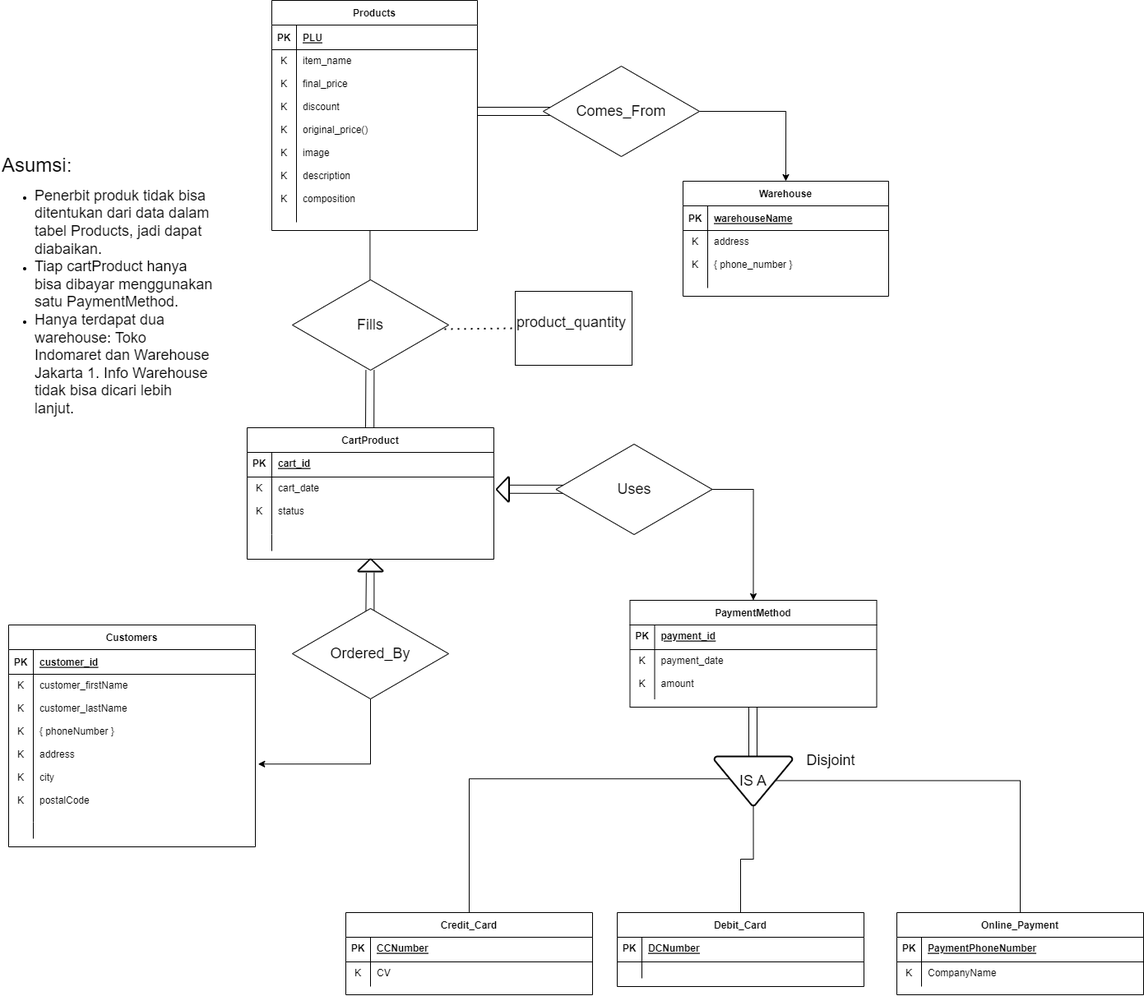
Earlier version of the draw.io export Data Storing/design/ERD indomaret.drawio.png (wargabasdat/Seleksi-2023-Tugas-1). Source tidied: cells renumbered, new cells last; positions are measured from the earlier drawing's top-left corner, leaving out a move shared by most shapes.
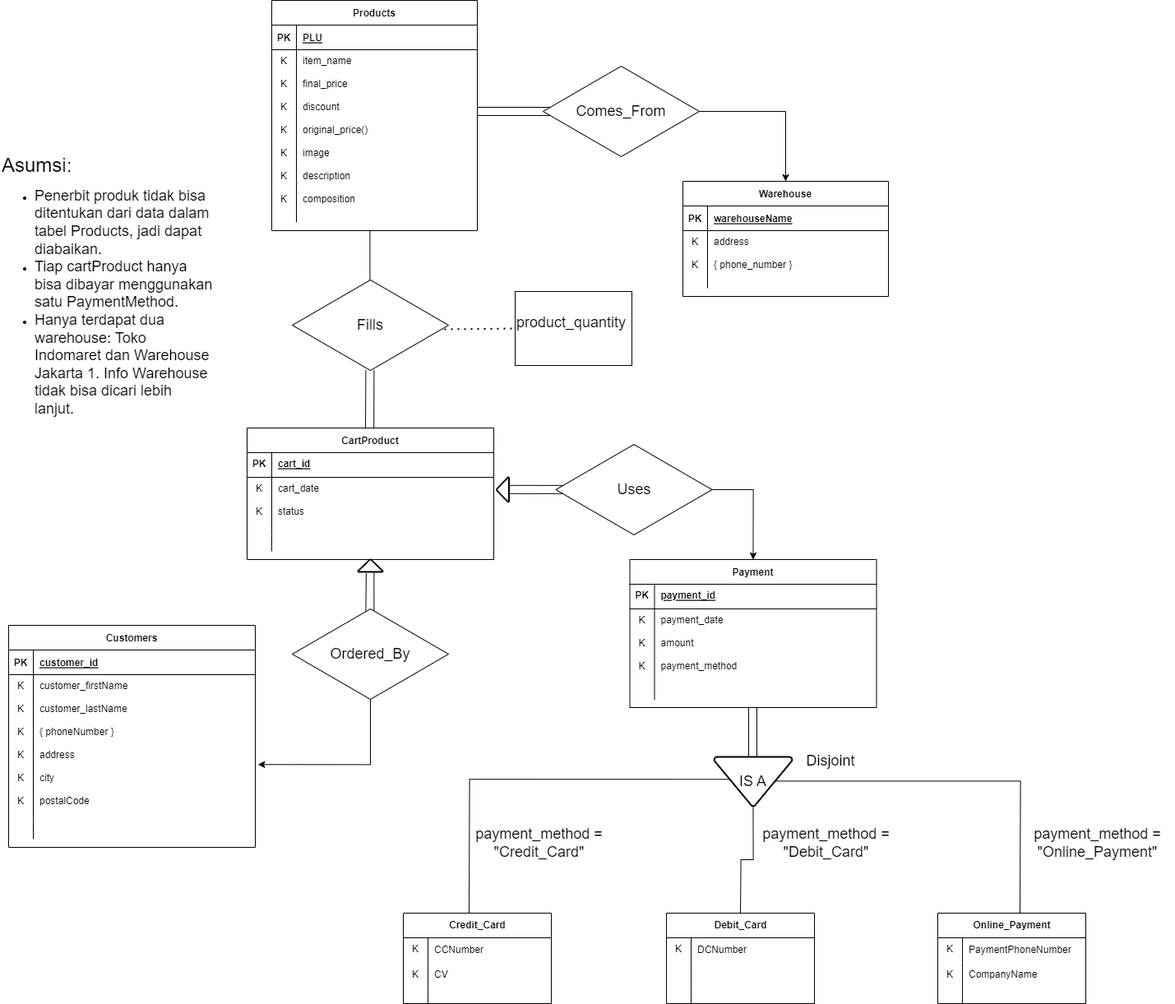
Above is the later version.

The edit, as a diff of the source:
```diff
@@ -104,8 +104,8 @@
     <mxCell id="35" value="address&#10;&#10;{ phone_number }&#10;&#10;" style="shape=partialRectangle;overflow=hidden;fillColor=none;top=0;left=0;bottom=0;right=0;align=left;spacingLeft=6;verticalAlign=top;" parent="33" vertex="1">
       <mxGeometry x="30" width="220" height="70" as="geometry" />
     </mxCell>
-    <mxCell id="36" value="PaymentMethod" style="shape=table;startSize=30;rowLines=0;fontStyle=1;align=center;" parent="1" vertex="1">
-      <mxGeometry x="765.5" y="730" width="300" height="130" as="geometry" />
+    <mxCell id="36" value="Payment" style="shape=table;startSize=30;rowLines=0;fontStyle=1;align=center;" parent="1" vertex="1">
+      <mxGeometry x="765.5" y="680" width="300" height="180" as="geometry" />
     </mxCell>
     <mxCell id="37" style="shape=partialRectangle;fillColor=none;top=0;left=0;right=0;bottom=1;" parent="36" vertex="1">
       <mxGeometry y="30" width="300" height="30" as="geometry" />
@@ -117,77 +117,14 @@
       <mxGeometry x="30" width="270" height="30" as="geometry" />
     </mxCell>
     <mxCell id="40" style="shape=partialRectangle;fillColor=none;top=0;left=0;right=0;bottom=0;" parent="36" vertex="1">
-      <mxGeometry y="60" width="300" height="60" as="geometry" />
+      <mxGeometry y="60" width="300" height="110" as="geometry" />
     </mxCell>
-    <mxCell id="41" value="K&#10;&#10;K&#10;" style="shape=partialRectangle;overflow=hidden;fillColor=none;top=0;left=0;bottom=0;right=0;verticalAlign=top;" parent="40" vertex="1">
-      <mxGeometry width="30" height="60" as="geometry" />
+    <mxCell id="41" value="K&#10;&#10;K&#10;&#10;K&#10;" style="shape=partialRectangle;overflow=hidden;fillColor=none;top=0;left=0;bottom=0;right=0;verticalAlign=top;" parent="40" vertex="1">
+      <mxGeometry width="30" height="110" as="geometry" />
     </mxCell>
-    <mxCell id="42" value="payment_date&#10;&#10;amount&#10;&#10;" style="shape=partialRectangle;overflow=hidden;fillColor=none;top=0;left=0;bottom=0;right=0;align=left;spacingLeft=6;verticalAlign=top;" parent="40" vertex="1">
-      <mxGeometry x="30" width="270" height="60" as="geometry" />
+    <mxCell id="42" value="payment_date&#10;&#10;amount&#10;&#10;payment_method&#10;&#10;" style="shape=partialRectangle;overflow=hidden;fillColor=none;top=0;left=0;bottom=0;right=0;align=left;spacingLeft=6;verticalAlign=top;" parent="40" vertex="1">
+      <mxGeometry x="30" width="270" height="110" as="geometry" />
     </mxCell>
-    <mxCell id="43" value="Credit_Card" style="shape=table;startSize=30;rowLines=0;fontStyle=1;align=center;" parent="1" vertex="1">
-      <mxGeometry x="420" y="1110" width="300" height="100" as="geometry" />
-    </mxCell>
-    <mxCell id="44" style="shape=partialRectangle;fillColor=none;top=0;left=0;right=0;bottom=1;" parent="43" vertex="1">
-      <mxGeometry y="30" width="300" height="30" as="geometry" />
-    </mxCell>
-    <mxCell id="45" value="PK" style="shape=partialRectangle;overflow=hidden;fillColor=none;top=0;left=0;bottom=0;right=0;fontStyle=1;verticalAlign=top;" parent="44" vertex="1">
-      <mxGeometry width="30" height="30" as="geometry" />
-    </mxCell>
-    <mxCell id="46" value="CCNumber" style="shape=partialRectangle;overflow=hidden;fillColor=none;top=0;left=0;bottom=0;right=0;align=left;spacingLeft=6;fontStyle=5;verticalAlign=top;" parent="44" vertex="1">
-      <mxGeometry x="30" width="270" height="30" as="geometry" />
-    </mxCell>
-    <mxCell id="47" style="shape=partialRectangle;fillColor=none;top=0;left=0;right=0;bottom=0;" parent="43" vertex="1">
-      <mxGeometry y="60" width="300" height="30" as="geometry" />
-    </mxCell>
-    <mxCell id="48" value="K&#10;&#10;&#10;" style="shape=partialRectangle;overflow=hidden;fillColor=none;top=0;left=0;bottom=0;right=0;verticalAlign=top;" parent="47" vertex="1">
-      <mxGeometry width="30" height="30" as="geometry" />
-    </mxCell>
-    <mxCell id="49" value="CV&#10;&#10;&#10;" style="shape=partialRectangle;overflow=hidden;fillColor=none;top=0;left=0;bottom=0;right=0;align=left;spacingLeft=6;verticalAlign=top;" parent="47" vertex="1">
-      <mxGeometry x="30" width="270" height="30" as="geometry" />
-    </mxCell>
-    <mxCell id="50" value="Debit_Card" style="shape=table;startSize=30;rowLines=0;fontStyle=1;align=center;" parent="1" vertex="1">
-      <mxGeometry x="750" y="1110" width="300" height="90" as="geometry" />
-    </mxCell>
-    <mxCell id="51" style="shape=partialRectangle;fillColor=none;top=0;left=0;right=0;bottom=1;" parent="50" vertex="1">
-      <mxGeometry y="30" width="300" height="30" as="geometry" />
-    </mxCell>
-    <mxCell id="52" value="PK" style="shape=partialRectangle;overflow=hidden;fillColor=none;top=0;left=0;bottom=0;right=0;fontStyle=1;verticalAlign=top;" parent="51" vertex="1">
-      <mxGeometry width="30" height="30" as="geometry" />
-    </mxCell>
-    <mxCell id="53" value="DCNumber" style="shape=partialRectangle;overflow=hidden;fillColor=none;top=0;left=0;bottom=0;right=0;align=left;spacingLeft=6;fontStyle=5;verticalAlign=top;" parent="51" vertex="1">
-      <mxGeometry x="30" width="270" height="30" as="geometry" />
-    </mxCell>
-    <mxCell id="54" style="shape=partialRectangle;fillColor=none;top=0;left=0;right=0;bottom=0;" parent="50" vertex="1">
-      <mxGeometry y="60" width="300" height="20" as="geometry" />
-    </mxCell>
-    <mxCell id="55" style="shape=partialRectangle;overflow=hidden;fillColor=none;top=0;left=0;bottom=0;right=0;verticalAlign=top;" parent="54" vertex="1">
-      <mxGeometry width="30" height="20" as="geometry" />
-    </mxCell>
-    <mxCell id="56" value="&#10;&#10;" style="shape=partialRectangle;overflow=hidden;fillColor=none;top=0;left=0;bottom=0;right=0;align=left;spacingLeft=6;verticalAlign=top;" parent="54" vertex="1">
-      <mxGeometry x="30" width="270" height="20" as="geometry" />
-    </mxCell>
-    <mxCell id="57" value="Online_Payment" style="shape=table;startSize=30;rowLines=0;fontStyle=1;align=center;" parent="1" vertex="1">
-      <mxGeometry x="1090" y="1110" width="300" height="100" as="geometry" />
-    </mxCell>
-    <mxCell id="58" style="shape=partialRectangle;fillColor=none;top=0;left=0;right=0;bottom=1;" parent="57" vertex="1">
-      <mxGeometry y="30" width="300" height="30" as="geometry" />
-    </mxCell>
-    <mxCell id="59" value="PK" style="shape=partialRectangle;overflow=hidden;fillColor=none;top=0;left=0;bottom=0;right=0;fontStyle=1;verticalAlign=top;" parent="58" vertex="1">
-      <mxGeometry width="30" height="30" as="geometry" />
-    </mxCell>
-    <mxCell id="60" value="PaymentPhoneNumber" style="shape=partialRectangle;overflow=hidden;fillColor=none;top=0;left=0;bottom=0;right=0;align=left;spacingLeft=6;fontStyle=5;verticalAlign=top;" parent="58" vertex="1">
-      <mxGeometry x="30" width="270" height="30" as="geometry" />
-    </mxCell>
-    <mxCell id="61" style="shape=partialRectangle;fillColor=none;top=0;left=0;right=0;bottom=0;" parent="57" vertex="1">
-      <mxGeometry y="60" width="300" height="30" as="geometry" />
-    </mxCell>
-    <mxCell id="62" value="K&#10;&#10;&#10;" style="shape=partialRectangle;overflow=hidden;fillColor=none;top=0;left=0;bottom=0;right=0;verticalAlign=top;" parent="61" vertex="1">
-      <mxGeometry width="30" height="30" as="geometry" />
-    </mxCell>
-    <mxCell id="63" value="CompanyName&#10;&#10;&#10;" style="shape=partialRectangle;overflow=hidden;fillColor=none;top=0;left=0;bottom=0;right=0;align=left;spacingLeft=6;verticalAlign=top;" parent="61" vertex="1">
-      <mxGeometry x="30" width="270" height="30" as="geometry" />
-    </mxCell>
     <mxCell id="64" value="&lt;div style=&quot;&quot;&gt;&lt;span style=&quot;background-color: initial;&quot;&gt;&lt;font style=&quot;font-size: 24px;&quot;&gt;Asumsi:&lt;/font&gt;&lt;/span&gt;&lt;/div&gt;&lt;div style=&quot;&quot;&gt;&lt;ul&gt;&lt;li&gt;&lt;span style=&quot;font-size: 18px; background-color: initial;&quot;&gt;Penerbit produk tidak bisa ditentukan dari data dalam tabel Products, jadi dapat diabaikan.&lt;/span&gt;&lt;/li&gt;&lt;li&gt;&lt;span style=&quot;font-size: 18px;&quot;&gt;Tiap cartProduct hanya bisa dibayar menggunakan satu PaymentMethod.&lt;/span&gt;&lt;/li&gt;&lt;li&gt;&lt;span style=&quot;font-size: 18px;&quot;&gt;Hanya terdapat dua warehouse: Toko Indomaret dan Warehouse Jakarta 1. Info Warehouse tidak bisa dicari lebih lanjut.&lt;/span&gt;&lt;/li&gt;&lt;/ul&gt;&lt;/div&gt;&lt;div style=&quot;&quot;&gt;&lt;span style=&quot;background-color: initial;&quot;&gt;&lt;font style=&quot;font-size: 24px;&quot;&gt;&lt;br&gt;&lt;/font&gt;&lt;/span&gt;&lt;/div&gt;" style="text;strokeColor=none;align=left;fillColor=none;html=1;verticalAlign=top;whiteSpace=wrap;rounded=0;" parent="1" vertex="1">
       <mxGeometry y="180" width="260" height="210" as="geometry" />
     </mxCell>
@@ -203,14 +140,20 @@
         <mxPoint x="920" y="860" as="targetPoint" />
       </mxGeometry>
     </mxCell>
-    <mxCell id="67" style="edgeStyle=orthogonalEdgeStyle;rounded=0;jettySize=auto;html=1;exitX=0.261;exitY=0.454;exitDx=0;exitDy=0;exitPerimeter=0;entryX=0.5;entryY=0;entryDx=0;entryDy=0;endArrow=none;endFill=0;" parent="1" edge="1" source="70" target="43">
-      <mxGeometry relative="1" as="geometry" />
+    <mxCell id="67" style="edgeStyle=orthogonalEdgeStyle;rounded=0;jettySize=auto;html=1;exitX=0.261;exitY=0.454;exitDx=0;exitDy=0;exitPerimeter=0;entryX=0.5;entryY=0;entryDx=0;entryDy=0;endArrow=none;endFill=0;" parent="1" edge="1" source="70">
+      <mxGeometry relative="1" as="geometry">
+        <mxPoint x="570" y="1110" as="targetPoint" />
+      </mxGeometry>
     </mxCell>
-    <mxCell id="68" style="edgeStyle=orthogonalEdgeStyle;rounded=0;jettySize=auto;html=1;exitX=0.738;exitY=0.49;exitDx=0;exitDy=0;exitPerimeter=0;entryX=0.5;entryY=0;entryDx=0;entryDy=0;endArrow=none;endFill=0;" parent="1" edge="1" source="70" target="57">
-      <mxGeometry relative="1" as="geometry" />
+    <mxCell id="68" style="edgeStyle=orthogonalEdgeStyle;rounded=0;jettySize=auto;html=1;exitX=0.738;exitY=0.49;exitDx=0;exitDy=0;exitPerimeter=0;entryX=0.5;entryY=0;entryDx=0;entryDy=0;endArrow=none;endFill=0;" parent="1" edge="1" source="70">
+      <mxGeometry relative="1" as="geometry">
+        <mxPoint x="1240" y="1110" as="targetPoint" />
+      </mxGeometry>
     </mxCell>
-    <mxCell id="69" style="edgeStyle=orthogonalEdgeStyle;rounded=0;jettySize=auto;html=1;exitX=0.5;exitY=1;exitDx=0;exitDy=0;exitPerimeter=0;endArrow=none;endFill=0;entryX=0.5;entryY=0;entryDx=0;entryDy=0;" parent="1" edge="1" source="70" target="50">
-      <mxGeometry relative="1" as="geometry" />
+    <mxCell id="69" style="edgeStyle=orthogonalEdgeStyle;rounded=0;jettySize=auto;html=1;exitX=0.5;exitY=1;exitDx=0;exitDy=0;exitPerimeter=0;endArrow=none;endFill=0;entryX=0.5;entryY=0;entryDx=0;entryDy=0;" parent="1" edge="1" source="70">
+      <mxGeometry relative="1" as="geometry">
+        <mxPoint x="900" y="1110" as="targetPoint" />
+      </mxGeometry>
     </mxCell>
     <mxCell id="70" value="&lt;font style=&quot;font-size: 18px;&quot;&gt;IS A&lt;/font&gt;" style="strokeWidth=2;html=1;shape=mxgraph.flowchart.merge_or_storage;whiteSpace=wrap;" parent="1" vertex="1">
       <mxGeometry x="868" y="920" width="95" height="60" as="geometry" />
@@ -301,5 +244,104 @@
     <mxCell id="91" value="&lt;font style=&quot;font-size: 18px;&quot;&gt;Comes_From&lt;/font&gt;" style="shape=rhombus;perimeter=rhombusPerimeter;whiteSpace=wrap;html=1;align=center;" parent="1" vertex="1">
       <mxGeometry x="660" y="80" width="190" height="110" as="geometry" />
     </mxCell>
+    <mxCell id="92" value="&lt;font style=&quot;font-size: 18px;&quot;&gt;payment_method = &quot;Credit_Card&quot;&lt;/font&gt;" style="text;html=1;strokeColor=none;fillColor=none;align=center;verticalAlign=middle;whiteSpace=wrap;rounded=0;" parent="1" vertex="1">
+      <mxGeometry x="561" y="1010" width="189" height="30" as="geometry" />
+    </mxCell>
+    <mxCell id="43" value="Credit_Card" style="shape=table;startSize=30;rowLines=0;fontStyle=1;align=center;html=1;" parent="1" vertex="1">
+      <mxGeometry x="490" y="1110" width="180" height="110" as="geometry" />
+    </mxCell>
+    <mxCell id="93" style="shape=tableRow;horizontal=0;startSize=0;swimlaneHead=0;swimlaneBody=0;fillColor=none;top=0;left=0;right=0;bottom=0;" parent="43" vertex="1">
+      <mxGeometry y="30" width="180" height="30" as="geometry" />
+    </mxCell>
+    <mxCell id="94" value="K&lt;br&gt;&lt;br&gt;K&lt;br&gt;&lt;br&gt;K" style="shape=partialRectangle;fillColor=none;top=0;left=0;bottom=0;right=0;overflow=hidden;whiteSpace=wrap;html=1;verticalAlign=top;" parent="93" vertex="1">
+      <mxGeometry width="30" height="30" as="geometry" />
+    </mxCell>
+    <mxCell id="46" value="CCNumber" style="shape=partialRectangle;fillColor=none;top=0;left=0;bottom=0;right=0;align=left;spacingLeft=6;overflow=hidden;whiteSpace=wrap;html=1;" parent="93" vertex="1">
+      <mxGeometry x="30" width="150" height="30" as="geometry" />
+    </mxCell>
+    <mxCell id="95" style="shape=tableRow;horizontal=0;startSize=0;swimlaneHead=0;swimlaneBody=0;fillColor=none;top=0;left=0;right=0;bottom=0;" parent="43" vertex="1">
+      <mxGeometry y="60" width="180" height="30" as="geometry" />
+    </mxCell>
+    <mxCell id="96" value="K" style="shape=partialRectangle;fillColor=none;top=0;left=0;bottom=0;right=0;overflow=hidden;whiteSpace=wrap;html=1;" parent="95" vertex="1">
+      <mxGeometry width="30" height="30" as="geometry" />
+    </mxCell>
+    <mxCell id="49" value="CV" style="shape=partialRectangle;fillColor=none;top=0;left=0;bottom=0;right=0;align=left;spacingLeft=6;overflow=hidden;whiteSpace=wrap;html=1;" parent="95" vertex="1">
+      <mxGeometry x="30" width="150" height="30" as="geometry" />
+    </mxCell>
+    <mxCell id="97" style="shape=tableRow;horizontal=0;startSize=0;swimlaneHead=0;swimlaneBody=0;fillColor=none;top=0;left=0;right=0;bottom=0;" parent="43" vertex="1">
+      <mxGeometry y="90" width="180" height="20" as="geometry" />
+    </mxCell>
+    <mxCell id="98" style="shape=partialRectangle;fillColor=none;top=0;left=0;bottom=0;right=0;overflow=hidden;whiteSpace=wrap;html=1;" parent="97" vertex="1">
+      <mxGeometry width="30" height="20" as="geometry" />
+    </mxCell>
+    <mxCell id="99" style="shape=partialRectangle;fillColor=none;top=0;left=0;bottom=0;right=0;align=left;spacingLeft=6;overflow=hidden;whiteSpace=wrap;html=1;" parent="97" vertex="1">
+      <mxGeometry x="30" width="150" height="20" as="geometry" />
+    </mxCell>
+    <mxCell id="100" value="&lt;font style=&quot;font-size: 18px;&quot;&gt;payment_method = &quot;Debit_Card&quot;&lt;/font&gt;" style="text;html=1;strokeColor=none;fillColor=none;align=center;verticalAlign=middle;whiteSpace=wrap;rounded=0;" parent="1" vertex="1">
+      <mxGeometry x="910" y="1010" width="189" height="30" as="geometry" />
+    </mxCell>
+    <mxCell id="50" value="Debit_Card" style="shape=table;startSize=30;rowLines=0;fontStyle=1;align=center;html=1;" parent="1" vertex="1">
+      <mxGeometry x="810" y="1110" width="180" height="110" as="geometry" />
+    </mxCell>
+    <mxCell id="101" style="shape=tableRow;horizontal=0;startSize=0;swimlaneHead=0;swimlaneBody=0;fillColor=none;top=0;left=0;right=0;bottom=0;" parent="50" vertex="1">
+      <mxGeometry y="30" width="180" height="30" as="geometry" />
+    </mxCell>
+    <mxCell id="102" value="K&lt;br&gt;&lt;br&gt;K&lt;br&gt;&lt;br&gt;K" style="shape=partialRectangle;fillColor=none;top=0;left=0;bottom=0;right=0;overflow=hidden;whiteSpace=wrap;html=1;verticalAlign=top;" parent="101" vertex="1">
+      <mxGeometry width="30" height="30" as="geometry" />
+    </mxCell>
+    <mxCell id="53" value="DCNumber" style="shape=partialRectangle;fillColor=none;top=0;left=0;bottom=0;right=0;align=left;spacingLeft=6;overflow=hidden;whiteSpace=wrap;html=1;" parent="101" vertex="1">
+      <mxGeometry x="30" width="150" height="30" as="geometry" />
+    </mxCell>
+    <mxCell id="103" style="shape=tableRow;horizontal=0;startSize=0;swimlaneHead=0;swimlaneBody=0;fillColor=none;top=0;left=0;right=0;bottom=0;" parent="50" vertex="1">
+      <mxGeometry y="60" width="180" height="30" as="geometry" />
+    </mxCell>
+    <mxCell id="104" style="shape=partialRectangle;fillColor=none;top=0;left=0;bottom=0;right=0;overflow=hidden;whiteSpace=wrap;html=1;" parent="103" vertex="1">
+      <mxGeometry width="30" height="30" as="geometry" />
+    </mxCell>
+    <mxCell id="105" style="shape=partialRectangle;fillColor=none;top=0;left=0;bottom=0;right=0;align=left;spacingLeft=6;overflow=hidden;whiteSpace=wrap;html=1;" parent="103" vertex="1">
+      <mxGeometry x="30" width="150" height="30" as="geometry" />
+    </mxCell>
+    <mxCell id="106" style="shape=tableRow;horizontal=0;startSize=0;swimlaneHead=0;swimlaneBody=0;fillColor=none;top=0;left=0;right=0;bottom=0;" parent="50" vertex="1">
+      <mxGeometry y="90" width="180" height="20" as="geometry" />
+    </mxCell>
+    <mxCell id="107" style="shape=partialRectangle;fillColor=none;top=0;left=0;bottom=0;right=0;overflow=hidden;whiteSpace=wrap;html=1;" parent="106" vertex="1">
+      <mxGeometry width="30" height="20" as="geometry" />
+    </mxCell>
+    <mxCell id="108" style="shape=partialRectangle;fillColor=none;top=0;left=0;bottom=0;right=0;align=left;spacingLeft=6;overflow=hidden;whiteSpace=wrap;html=1;" parent="106" vertex="1">
+      <mxGeometry x="30" width="150" height="20" as="geometry" />
+    </mxCell>
+    <mxCell id="57" value="Online_Payment" style="shape=table;startSize=30;rowLines=0;fontStyle=1;align=center;html=1;" parent="1" vertex="1">
+      <mxGeometry x="1140" y="1110" width="180" height="110" as="geometry" />
+    </mxCell>
+    <mxCell id="109" style="shape=tableRow;horizontal=0;startSize=0;swimlaneHead=0;swimlaneBody=0;fillColor=none;top=0;left=0;right=0;bottom=0;" parent="57" vertex="1">
+      <mxGeometry y="30" width="180" height="30" as="geometry" />
+    </mxCell>
+    <mxCell id="110" value="K&lt;br&gt;&lt;br&gt;K&lt;br&gt;&lt;br&gt;K" style="shape=partialRectangle;fillColor=none;top=0;left=0;bottom=0;right=0;overflow=hidden;whiteSpace=wrap;html=1;verticalAlign=top;" parent="109" vertex="1">
+      <mxGeometry width="30" height="30" as="geometry" />
+    </mxCell>
+    <mxCell id="60" value="PaymentPhoneNumber" style="shape=partialRectangle;fillColor=none;top=0;left=0;bottom=0;right=0;align=left;spacingLeft=6;overflow=hidden;whiteSpace=wrap;html=1;" parent="109" vertex="1">
+      <mxGeometry x="30" width="150" height="30" as="geometry" />
+    </mxCell>
+    <mxCell id="111" style="shape=tableRow;horizontal=0;startSize=0;swimlaneHead=0;swimlaneBody=0;fillColor=none;top=0;left=0;right=0;bottom=0;" parent="57" vertex="1">
+      <mxGeometry y="60" width="180" height="30" as="geometry" />
+    </mxCell>
+    <mxCell id="112" value="K" style="shape=partialRectangle;fillColor=none;top=0;left=0;bottom=0;right=0;overflow=hidden;whiteSpace=wrap;html=1;" parent="111" vertex="1">
+      <mxGeometry width="30" height="30" as="geometry" />
+    </mxCell>
+    <mxCell id="63" value="CompanyName" style="shape=partialRectangle;fillColor=none;top=0;left=0;bottom=0;right=0;align=left;spacingLeft=6;overflow=hidden;whiteSpace=wrap;html=1;" parent="111" vertex="1">
+      <mxGeometry x="30" width="150" height="30" as="geometry" />
+    </mxCell>
+    <mxCell id="113" style="shape=tableRow;horizontal=0;startSize=0;swimlaneHead=0;swimlaneBody=0;fillColor=none;top=0;left=0;right=0;bottom=0;" parent="57" vertex="1">
+      <mxGeometry y="90" width="180" height="20" as="geometry" />
+    </mxCell>
+    <mxCell id="114" style="shape=partialRectangle;fillColor=none;top=0;left=0;bottom=0;right=0;overflow=hidden;whiteSpace=wrap;html=1;" parent="113" vertex="1">
+      <mxGeometry width="30" height="20" as="geometry" />
+    </mxCell>
+    <mxCell id="115" style="shape=partialRectangle;fillColor=none;top=0;left=0;bottom=0;right=0;align=left;spacingLeft=6;overflow=hidden;whiteSpace=wrap;html=1;" parent="113" vertex="1">
+      <mxGeometry x="30" width="150" height="20" as="geometry" />
+    </mxCell>
+    <mxCell id="116" value="&lt;font style=&quot;font-size: 18px;&quot;&gt;payment_method = &quot;Online_Payment&quot;&lt;/font&gt;" style="text;html=1;strokeColor=none;fillColor=none;align=center;verticalAlign=middle;whiteSpace=wrap;rounded=0;" parent="1" vertex="1">
+      <mxGeometry x="1240" y="1010" width="189" height="30" as="geometry" />
+    </mxCell>
   </root>
 </mxGraphModel>
```
